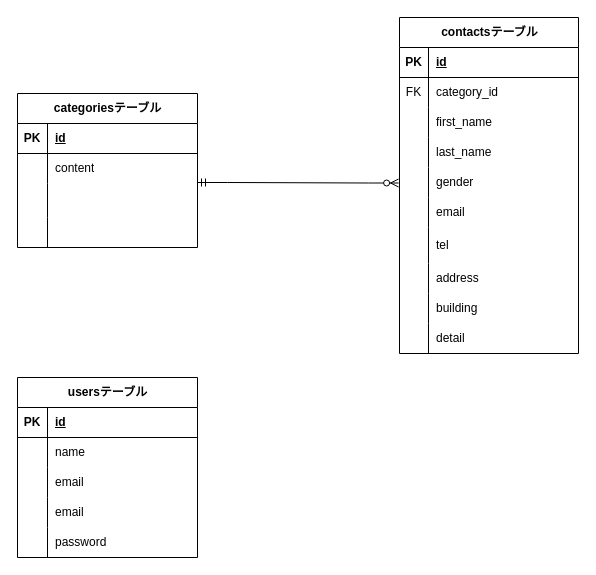
Earlier version of the draw.io diagram er_diagram.drawio (TomoeHayano/contact-form-test). Source tidied: cells renumbered, new cells numbered last; positions are measured from the earlier drawing's top-left corner, leaving out a move shared by most shapes. Both pictures are drawn from the tidied source at 100%, with x=0, y=0 at pixel (17, 17).
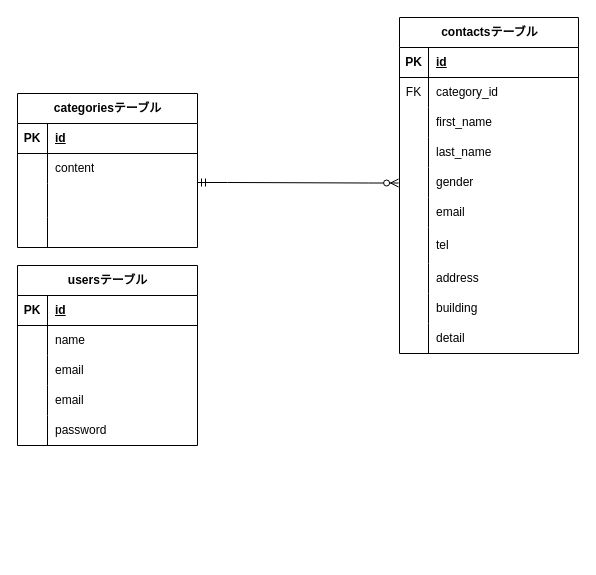
Above is the later version.

Change to the diagram source:
```diff
@@
-<mxGraphModel>
+<mxGraphModel background="#FFFFFF">
@@
     <mxCell id="46" value="&lt;span class=&quot;notion-enable-hover&quot;&gt;usersテーブル&lt;/span&gt;" style="shape=table;startSize=30;childLayout=tableLayout;rowLines=0;fontStyle=1;align=center;html=1;" parent="1" vertex="1">
-      <mxGeometry y="360" width="180" height="180" as="geometry" />
+      <mxGeometry y="248" width="180" height="180" as="geometry" />
     </mxCell>
```
